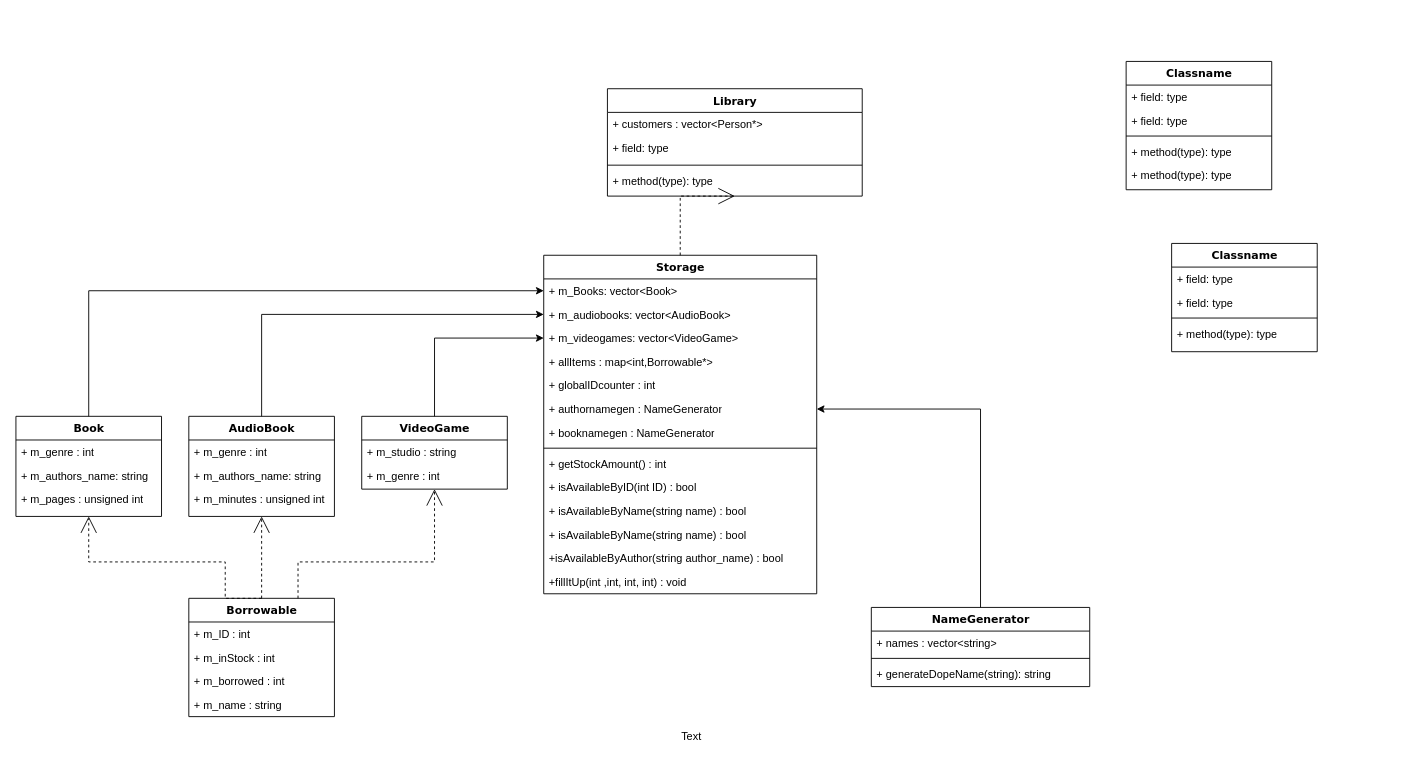
MichaelKirsch/Programmieren2Bibliothek keeps this draw.io diagram as docs/Library.drawio. Above is the earlier version. Source tidied: cells renumbered, new cells numbered last; positions are measured from the earlier drawing's top-left corner, leaving out a move shared by most shapes. Both pictures are drawn from the tidied source at 91%, with x=0, y=0 at pixel (15, 61).
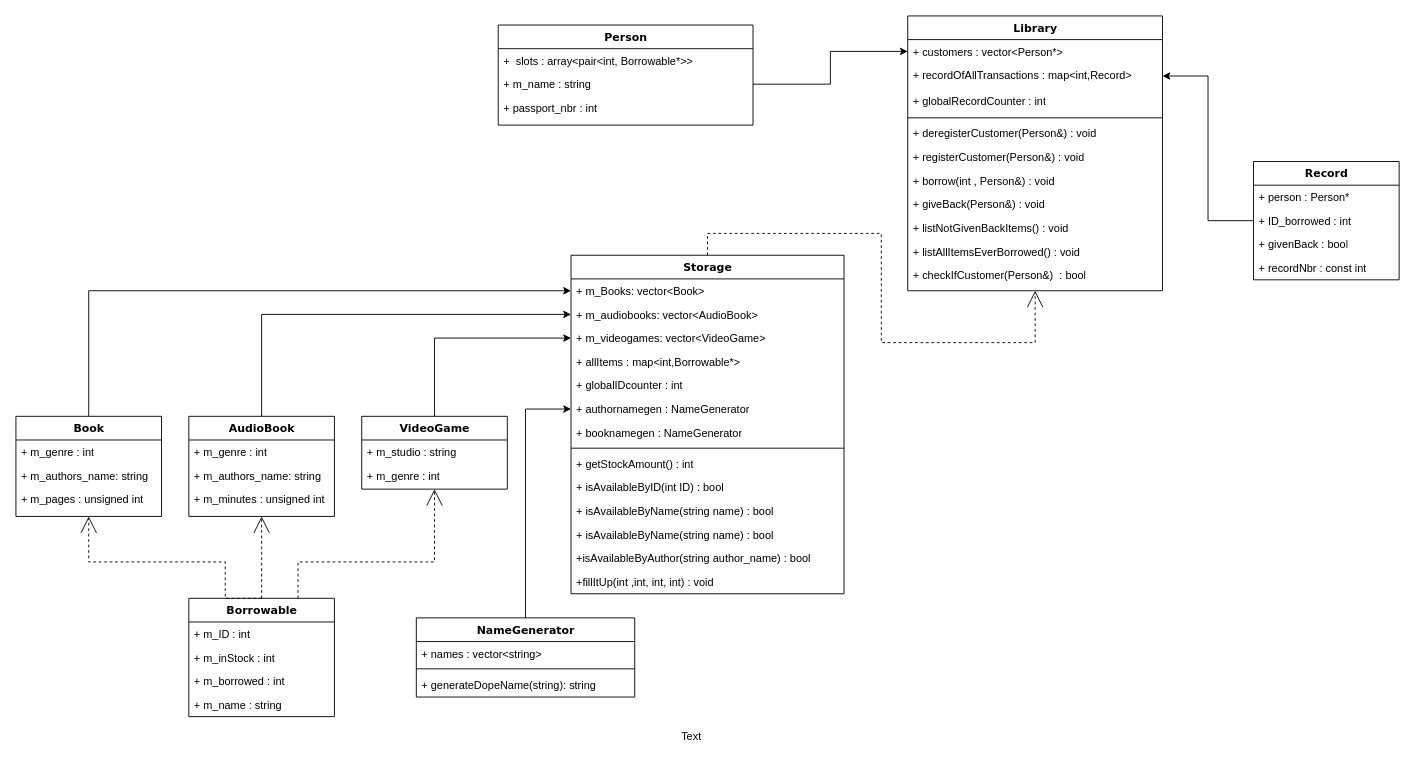
Above is the later version.

Unchanged cells that the change refers to:
```xml
<mxCell id="19" value="+ authornamegen : NameGenerator" style="text;html=1;strokeColor=none;fillColor=none;align=left;verticalAlign=top;spacingLeft=4;spacingRight=4;whiteSpace=wrap;overflow=hidden;points=[[0,0.5],[1,0.5]];portConstraint=eastwest;" parent="13" vertex="1">
  <mxGeometry y="156" width="300" height="26" as="geometry" />
</mxCell>
```

What changed in the source:
```diff
@@
-    <mxCell id="8" value="Library&lt;br&gt;" style="swimlane;html=1;fontStyle=1;align=center;verticalAlign=top;horizontal=1;startSize=26;swimlaneFillColor=#ffffff;rounded=0;shadow=0;comic=0;labelBackgroundColor=none;strokeWidth=1;fillColor=none;fontFamily=Verdana;fontSize=12;" parent="1" vertex="1">
-      <mxGeometry x="650" y="30" width="280" height="118" as="geometry" />
+    <mxCell id="8" value="Library&lt;br&gt;" style="swimlane;html=1;fontStyle=1;align=center;verticalAlign=top;horizontal=1;startSize=26;swimlaneFillColor=#ffffff;rounded=0;shadow=0;comic=0;labelBackgroundColor=none;strokeWidth=1;fillColor=none;fontFamily=Verdana;fontSize=12;fontColor=#000000;" parent="1" vertex="1">
+      <mxGeometry x="980" y="-50" width="280" height="302" as="geometry" />
     </mxCell>
-    <mxCell id="9" value="+ customers : vector&amp;lt;Person*&amp;gt;" style="text;html=1;strokeColor=none;fillColor=none;align=left;verticalAlign=top;spacingLeft=4;spacingRight=4;whiteSpace=wrap;overflow=hidden;points=[[0,0.5],[1,0.5]];portConstraint=eastwest;" parent="8" vertex="1">
+    <mxCell id="9" value="+ customers : vector&amp;lt;Person*&amp;gt;" style="text;html=1;strokeColor=none;fillColor=none;align=left;verticalAlign=top;spacingLeft=4;spacingRight=4;whiteSpace=wrap;overflow=hidden;points=[[0,0.5],[1,0.5]];portConstraint=eastwest;fontColor=#000000;" parent="8" vertex="1">
       <mxGeometry y="26" width="280" height="26" as="geometry" />
     </mxCell>
-    <mxCell id="10" value="+ field: type" style="text;html=1;strokeColor=none;fillColor=none;align=left;verticalAlign=top;spacingLeft=4;spacingRight=4;whiteSpace=wrap;overflow=hidden;points=[[0,0.5],[1,0.5]];portConstraint=eastwest;" parent="8" vertex="1">
+    <mxCell id="10" value="+ recordOfAllTransactions : map&amp;lt;int,Record&amp;gt;" style="text;html=1;strokeColor=none;fillColor=none;align=left;verticalAlign=top;spacingLeft=4;spacingRight=4;whiteSpace=wrap;overflow=hidden;points=[[0,0.5],[1,0.5]];portConstraint=eastwest;fontColor=#000000;" parent="8" vertex="1">
       <mxGeometry y="52" width="280" height="28" as="geometry" />
     </mxCell>
+    <mxCell id="62" value="+ globalRecordCounter : int" style="text;html=1;strokeColor=none;fillColor=none;align=left;verticalAlign=top;spacingLeft=4;spacingRight=4;whiteSpace=wrap;overflow=hidden;fontColor=#000000;" parent="8" vertex="1">
+      <mxGeometry y="80" width="280" height="28" as="geometry" />
+    </mxCell>
-    <mxCell id="11" style="line;html=1;strokeWidth=1;fillColor=none;align=left;verticalAlign=middle;spacingTop=-1;spacingLeft=3;spacingRight=3;labelPosition=right;" parent="8" vertex="1">
-      <mxGeometry y="80" width="280" height="8" as="geometry" />
+    <mxCell id="11" style="line;html=1;strokeWidth=1;fillColor=none;align=left;verticalAlign=middle;spacingTop=-1;spacingLeft=3;spacingRight=3;labelPosition=right;fontColor=#000000;" parent="8" vertex="1">
+      <mxGeometry y="108" width="280" height="8" as="geometry" />
     </mxCell>
-    <mxCell id="12" value="+ method(type): type" style="text;html=1;strokeColor=none;fillColor=none;align=left;verticalAlign=top;spacingLeft=4;spacingRight=4;whiteSpace=wrap;overflow=hidden;" parent="8" vertex="1">
-      <mxGeometry y="88" width="280" height="26" as="geometry" />
+    <mxCell id="12" value="+&amp;nbsp;&lt;span style=&quot;font-family: &amp;quot;fira code medium&amp;quot;;&quot;&gt;deregisterCustomer&lt;/span&gt;&lt;span style=&quot;font-family: &amp;quot;fira code medium&amp;quot;;&quot;&gt;(&lt;/span&gt;&lt;span style=&quot;font-family: &amp;quot;fira code medium&amp;quot;;&quot;&gt;Person&lt;/span&gt;&lt;span style=&quot;font-family: &amp;quot;fira code medium&amp;quot;;&quot;&gt;&amp;amp;&lt;/span&gt;&lt;span style=&quot;font-family: &amp;quot;fira code medium&amp;quot;;&quot;&gt;)&amp;nbsp;&lt;/span&gt;&lt;span&gt;: void&lt;/span&gt;" style="text;html=1;strokeColor=none;fillColor=none;align=left;verticalAlign=top;spacingLeft=4;spacingRight=4;whiteSpace=wrap;overflow=hidden;fontColor=#000000;" parent="8" vertex="1">
+      <mxGeometry y="116" width="280" height="26" as="geometry" />
     </mxCell>
+    <mxCell id="63" value="+&amp;nbsp;&lt;span style=&quot;font-family: &amp;quot;fira code medium&amp;quot;;&quot;&gt;registerCustomer&lt;/span&gt;&lt;span style=&quot;font-family: &amp;quot;fira code medium&amp;quot;;&quot;&gt;(&lt;/span&gt;&lt;span style=&quot;font-family: &amp;quot;fira code medium&amp;quot;;&quot;&gt;Person&lt;/span&gt;&lt;span style=&quot;font-family: &amp;quot;fira code medium&amp;quot;;&quot;&gt;&amp;amp;&lt;/span&gt;&lt;span style=&quot;font-family: &amp;quot;fira code medium&amp;quot;;&quot;&gt;)&amp;nbsp;&lt;/span&gt;&lt;span&gt;: void&lt;/span&gt;" style="text;html=1;strokeColor=none;fillColor=none;align=left;verticalAlign=top;spacingLeft=4;spacingRight=4;whiteSpace=wrap;overflow=hidden;fontColor=#000000;" parent="8" vertex="1">
+      <mxGeometry y="142" width="280" height="26" as="geometry" />
+    </mxCell>
+    <mxCell id="64" value="+&amp;nbsp;&lt;span style=&quot;font-family: &amp;quot;fira code medium&amp;quot;;&quot;&gt;borrow&lt;/span&gt;&lt;span style=&quot;font-family: &amp;quot;fira code medium&amp;quot;;&quot;&gt;(&lt;/span&gt;&lt;span style=&quot;font-family: &amp;quot;fira code medium&amp;quot;;&quot;&gt;int &lt;/span&gt;&lt;span style=&quot;font-family: &amp;quot;fira code medium&amp;quot;;&quot;&gt;, &lt;/span&gt;&lt;span style=&quot;font-family: &amp;quot;fira code medium&amp;quot;;&quot;&gt;Person&lt;/span&gt;&lt;span style=&quot;font-family: &amp;quot;fira code medium&amp;quot;;&quot;&gt;&amp;amp;&lt;/span&gt;&lt;span style=&quot;font-family: &amp;quot;fira code medium&amp;quot;;&quot;&gt;)&lt;/span&gt;&lt;span style=&quot;font-family: &amp;quot;fira code medium&amp;quot;;&quot;&gt;&amp;nbsp;&lt;/span&gt;&lt;span&gt;: void&lt;/span&gt;" style="text;html=1;strokeColor=none;fillColor=none;align=left;verticalAlign=top;spacingLeft=4;spacingRight=4;whiteSpace=wrap;overflow=hidden;fontColor=#000000;" parent="8" vertex="1">
+      <mxGeometry y="168" width="280" height="26" as="geometry" />
+    </mxCell>
+    <mxCell id="65" value="+&amp;nbsp;&lt;span style=&quot;font-family: &amp;quot;fira code medium&amp;quot;;&quot;&gt;giveBack&lt;/span&gt;&lt;span style=&quot;font-family: &amp;quot;fira code medium&amp;quot;;&quot;&gt;(&lt;/span&gt;&lt;span style=&quot;font-family: &amp;quot;fira code medium&amp;quot;;&quot;&gt;Person&lt;/span&gt;&lt;span style=&quot;font-family: &amp;quot;fira code medium&amp;quot;;&quot;&gt;&amp;amp;&lt;/span&gt;&lt;span style=&quot;font-family: &amp;quot;fira code medium&amp;quot;;&quot;&gt;)&lt;/span&gt;&lt;span style=&quot;font-family: &amp;quot;fira code medium&amp;quot;;&quot;&gt;&amp;nbsp;&lt;/span&gt;&lt;span&gt;: void&lt;/span&gt;" style="text;html=1;strokeColor=none;fillColor=none;align=left;verticalAlign=top;spacingLeft=4;spacingRight=4;whiteSpace=wrap;overflow=hidden;fontColor=#000000;" parent="8" vertex="1">
+      <mxGeometry y="194" width="280" height="26" as="geometry" />
+    </mxCell>
+    <mxCell id="66" value="+&amp;nbsp;&lt;span style=&quot;font-family: &amp;quot;fira code medium&amp;quot;;&quot;&gt;listNotGivenBackItems&lt;/span&gt;&lt;span style=&quot;font-family: &amp;quot;fira code medium&amp;quot;;&quot;&gt;()&lt;/span&gt;&lt;span style=&quot;font-family: &amp;quot;fira code medium&amp;quot;;&quot;&gt;&amp;nbsp;&lt;/span&gt;&lt;span&gt;: void&lt;/span&gt;" style="text;html=1;strokeColor=none;fillColor=none;align=left;verticalAlign=top;spacingLeft=4;spacingRight=4;whiteSpace=wrap;overflow=hidden;fontColor=#000000;" parent="8" vertex="1">
+      <mxGeometry y="220" width="280" height="26" as="geometry" />
+    </mxCell>
+    <mxCell id="67" value="+&amp;nbsp;&lt;span style=&quot;font-family: &amp;quot;fira code medium&amp;quot;;&quot;&gt;listAllItemsEverBorrowed&lt;/span&gt;&lt;span style=&quot;font-family: &amp;quot;fira code medium&amp;quot;;&quot;&gt;()&lt;/span&gt;&lt;span style=&quot;font-family: &amp;quot;fira code medium&amp;quot;;&quot;&gt;&amp;nbsp;&lt;/span&gt;&lt;span&gt;: void&lt;/span&gt;" style="text;html=1;strokeColor=none;fillColor=none;align=left;verticalAlign=top;spacingLeft=4;spacingRight=4;whiteSpace=wrap;overflow=hidden;fontColor=#000000;" parent="8" vertex="1">
+      <mxGeometry y="246" width="280" height="26" as="geometry" />
+    </mxCell>
+    <mxCell id="68" value="+ &lt;font&gt;checkIfCustomer(Person&amp;amp;)&amp;nbsp;&lt;/font&gt;&lt;span style=&quot;font-family: &amp;quot;fira code medium&amp;quot;;&quot;&gt;&amp;nbsp;&lt;/span&gt;&lt;span&gt;: bool&lt;/span&gt;" style="text;html=1;strokeColor=none;fillColor=none;align=left;verticalAlign=top;spacingLeft=4;spacingRight=4;whiteSpace=wrap;overflow=hidden;fontColor=#000000;" parent="8" vertex="1">
+      <mxGeometry y="272" width="280" height="26" as="geometry" />
+    </mxCell>
     <mxCell id="13" value="Storage" style="swimlane;html=1;fontStyle=1;align=center;verticalAlign=top;horizontal=1;startSize=26;swimlaneFillColor=#ffffff;rounded=0;shadow=0;comic=0;labelBackgroundColor=none;strokeWidth=1;fillColor=none;fontFamily=Verdana;fontSize=12;" parent="1" vertex="1">
-      <mxGeometry x="580" y="213" width="300" height="372" as="geometry" />
+      <mxGeometry x="610" y="213" width="300" height="372" as="geometry" />
     </mxCell>
@@
-    <mxCell id="33" style="edgeStyle=orthogonalEdgeStyle;rounded=0;jettySize=auto;html=1;exitX=0.5;exitY=0;exitDx=0;exitDy=0;entryX=1;entryY=0.5;entryDx=0;entryDy=0;fontColor=#000000;" parent="1" edge="1" source="34" target="19">
-      <mxGeometry relative="1" as="geometry" />
+    <mxCell id="33" style="edgeStyle=orthogonalEdgeStyle;rounded=0;jettySize=auto;html=1;exitX=0.5;exitY=0;exitDx=0;exitDy=0;fontColor=#000000;entryX=0;entryY=0.5;entryDx=0;entryDy=0;" parent="1" edge="1" source="34" target="19">
+      <mxGeometry relative="1" as="geometry">
+        <Array as="points">
+          <mxPoint x="560" y="382" />
+        </Array>
+      </mxGeometry>
     </mxCell>
     <mxCell id="34" value="NameGenerator" style="swimlane;html=1;fontStyle=1;align=center;verticalAlign=top;horizontal=1;startSize=26;swimlaneFillColor=#ffffff;rounded=0;shadow=0;comic=0;labelBackgroundColor=none;strokeWidth=1;fillColor=none;fontFamily=Verdana;fontSize=12;" parent="1" vertex="1">
-      <mxGeometry x="940" y="600" width="240" height="87" as="geometry" />
+      <mxGeometry x="440" y="611.5" width="240" height="87" as="geometry" />
     </mxCell>
@@
-    <mxCell id="38" value="Classname" style="swimlane;html=1;fontStyle=1;align=center;verticalAlign=top;horizontal=1;startSize=26;swimlaneFillColor=#ffffff;rounded=0;shadow=0;comic=0;labelBackgroundColor=none;strokeWidth=1;fillColor=none;fontFamily=Verdana;fontSize=12;" parent="1" vertex="1">
-      <mxGeometry x="1220" width="160" height="141" as="geometry" />
+    <mxCell id="38" value="Record" style="swimlane;html=1;fontStyle=1;align=center;verticalAlign=top;horizontal=1;startSize=26;swimlaneFillColor=#ffffff;rounded=0;shadow=0;comic=0;labelBackgroundColor=none;strokeWidth=1;fillColor=none;fontFamily=Verdana;fontSize=12;" parent="1" vertex="1">
+      <mxGeometry x="1360" y="110" width="160" height="130" as="geometry" />
     </mxCell>
-    <mxCell id="39" value="+ field: type" style="text;html=1;strokeColor=none;fillColor=none;align=left;verticalAlign=top;spacingLeft=4;spacingRight=4;whiteSpace=wrap;overflow=hidden;" parent="38" vertex="1">
+    <mxCell id="39" value="+ person : Person*" style="text;html=1;strokeColor=none;fillColor=none;align=left;verticalAlign=top;spacingLeft=4;spacingRight=4;whiteSpace=wrap;overflow=hidden;" parent="38" vertex="1">
       <mxGeometry y="26" width="160" height="26" as="geometry" />
     </mxCell>
-    <mxCell id="40" value="+ field: type" style="text;html=1;strokeColor=none;fillColor=none;align=left;verticalAlign=top;spacingLeft=4;spacingRight=4;whiteSpace=wrap;overflow=hidden;points=[[0,0.5],[1,0.5]];portConstraint=eastwest;" parent="38" vertex="1">
+    <mxCell id="40" value="+ ID_borrowed : int" style="text;html=1;strokeColor=none;fillColor=none;align=left;verticalAlign=top;spacingLeft=4;spacingRight=4;whiteSpace=wrap;overflow=hidden;points=[[0,0.5],[1,0.5]];portConstraint=eastwest;" parent="38" vertex="1">
       <mxGeometry y="52" width="160" height="26" as="geometry" />
     </mxCell>
-    <mxCell id="41" style="line;html=1;strokeWidth=1;fillColor=none;align=left;verticalAlign=middle;spacingTop=-1;spacingLeft=3;spacingRight=3;labelPosition=right;" parent="38" vertex="1">
-      <mxGeometry y="78" width="160" height="8" as="geometry" />
-    </mxCell>
-    <mxCell id="42" value="+ method(type): type" style="text;html=1;strokeColor=none;fillColor=none;align=left;verticalAlign=top;spacingLeft=4;spacingRight=4;whiteSpace=wrap;overflow=hidden;" parent="38" vertex="1">
-      <mxGeometry y="86" width="160" height="26" as="geometry" />
-    </mxCell>
-    <mxCell id="43" value="+ method(type): type" style="text;html=1;strokeColor=none;fillColor=none;align=left;verticalAlign=top;spacingLeft=4;spacingRight=4;whiteSpace=wrap;overflow=hidden;" parent="38" vertex="1">
-      <mxGeometry y="112" width="160" height="26" as="geometry" />
-    </mxCell>
+    <mxCell id="69" value="+ givenBack : bool" style="text;html=1;strokeColor=none;fillColor=none;align=left;verticalAlign=top;spacingLeft=4;spacingRight=4;whiteSpace=wrap;overflow=hidden;" parent="38" vertex="1">
+      <mxGeometry y="78" width="160" height="26" as="geometry" />
+    </mxCell>
+    <mxCell id="70" value="+ recordNbr : const int" style="text;html=1;strokeColor=none;fillColor=none;align=left;verticalAlign=top;spacingLeft=4;spacingRight=4;whiteSpace=wrap;overflow=hidden;" parent="38" vertex="1">
+      <mxGeometry y="104" width="160" height="26" as="geometry" />
+    </mxCell>
-    <mxCell id="44" value="Classname" style="swimlane;html=1;fontStyle=1;align=center;verticalAlign=top;horizontal=1;startSize=26;swimlaneFillColor=#ffffff;rounded=0;shadow=0;comic=0;labelBackgroundColor=none;strokeWidth=1;fillColor=none;fontFamily=Verdana;fontSize=12;" parent="1" vertex="1">
-      <mxGeometry x="1270" y="200" width="160" height="119" as="geometry" />
+    <mxCell id="44" value="Person" style="swimlane;html=1;fontStyle=1;align=center;verticalAlign=top;horizontal=1;startSize=26;swimlaneFillColor=#ffffff;rounded=0;shadow=0;comic=0;labelBackgroundColor=none;strokeWidth=1;fillColor=none;fontFamily=Verdana;fontSize=12;" parent="1" vertex="1">
+      <mxGeometry x="530" y="-40" width="280" height="110" as="geometry" />
     </mxCell>
-    <mxCell id="45" value="+ field: type" style="text;html=1;strokeColor=none;fillColor=none;align=left;verticalAlign=top;spacingLeft=4;spacingRight=4;whiteSpace=wrap;overflow=hidden;" parent="44" vertex="1">
-      <mxGeometry y="26" width="160" height="26" as="geometry" />
+    <mxCell id="45" value="+&amp;nbsp; slots : array&amp;lt;pair&amp;lt;int, Borrowable*&amp;gt;&amp;gt;" style="text;html=1;strokeColor=none;fillColor=none;align=left;verticalAlign=top;spacingLeft=4;spacingRight=4;whiteSpace=wrap;overflow=hidden;" parent="44" vertex="1">
+      <mxGeometry y="26" width="280" height="26" as="geometry" />
     </mxCell>
-    <mxCell id="46" value="+ field: type" style="text;html=1;strokeColor=none;fillColor=none;align=left;verticalAlign=top;spacingLeft=4;spacingRight=4;whiteSpace=wrap;overflow=hidden;points=[[0,0.5],[1,0.5]];portConstraint=eastwest;" parent="44" vertex="1">
-      <mxGeometry y="52" width="160" height="26" as="geometry" />
+    <mxCell id="46" value="+ m_name : string" style="text;html=1;strokeColor=none;fillColor=none;align=left;verticalAlign=top;spacingLeft=4;spacingRight=4;whiteSpace=wrap;overflow=hidden;points=[[0,0.5],[1,0.5]];portConstraint=eastwest;" parent="44" vertex="1">
+      <mxGeometry y="52" width="280" height="26" as="geometry" />
     </mxCell>
-    <mxCell id="47" style="line;html=1;strokeWidth=1;fillColor=none;align=left;verticalAlign=middle;spacingTop=-1;spacingLeft=3;spacingRight=3;labelPosition=right;" parent="44" vertex="1">
-      <mxGeometry y="78" width="160" height="8" as="geometry" />
-    </mxCell>
-    <mxCell id="48" value="+ method(type): type" style="text;html=1;strokeColor=none;fillColor=none;align=left;verticalAlign=top;spacingLeft=4;spacingRight=4;whiteSpace=wrap;overflow=hidden;" parent="44" vertex="1">
-      <mxGeometry y="86" width="160" height="26" as="geometry" />
-    </mxCell>
+    <mxCell id="71" value="+ passport_nbr : int" style="text;html=1;strokeColor=none;fillColor=none;align=left;verticalAlign=top;spacingLeft=4;spacingRight=4;whiteSpace=wrap;overflow=hidden;" parent="44" vertex="1">
+      <mxGeometry y="78" width="280" height="26" as="geometry" />
+    </mxCell>
@@
     <mxCell id="61" style="edgeStyle=orthogonalEdgeStyle;rounded=0;html=1;dashed=1;labelBackgroundColor=none;startArrow=none;startFill=0;startSize=8;endArrow=open;endFill=0;endSize=16;fontFamily=Verdana;fontSize=12;exitX=0.5;exitY=0;exitDx=0;exitDy=0;entryX=0.5;entryY=1;entryDx=0;entryDy=0;" parent="1" edge="1" source="13" target="8">
       <mxGeometry relative="1" as="geometry">
         <Array as="points">
-          <mxPoint x="730" y="170" />
-          <mxPoint x="730" y="170" />
+          <mxPoint x="760" y="189" />
+          <mxPoint x="951" y="189" />
+          <mxPoint x="951" y="309" />
+          <mxPoint x="1120" y="309" />
         </Array>
       </mxGeometry>
     </mxCell>
+    <mxCell id="72" style="edgeStyle=orthogonalEdgeStyle;rounded=0;jettySize=auto;html=1;exitX=1;exitY=0.5;exitDx=0;exitDy=0;entryX=0;entryY=0.5;entryDx=0;entryDy=0;fontColor=#000000;" parent="1" edge="1" source="46" target="9">
+      <mxGeometry relative="1" as="geometry" />
+    </mxCell>
+    <mxCell id="73" style="edgeStyle=orthogonalEdgeStyle;rounded=0;jettySize=auto;html=1;exitX=0;exitY=0.5;exitDx=0;exitDy=0;entryX=1;entryY=0.5;entryDx=0;entryDy=0;fontColor=#000000;" parent="1" edge="1" source="40" target="10">
+      <mxGeometry relative="1" as="geometry" />
+    </mxCell>
```
